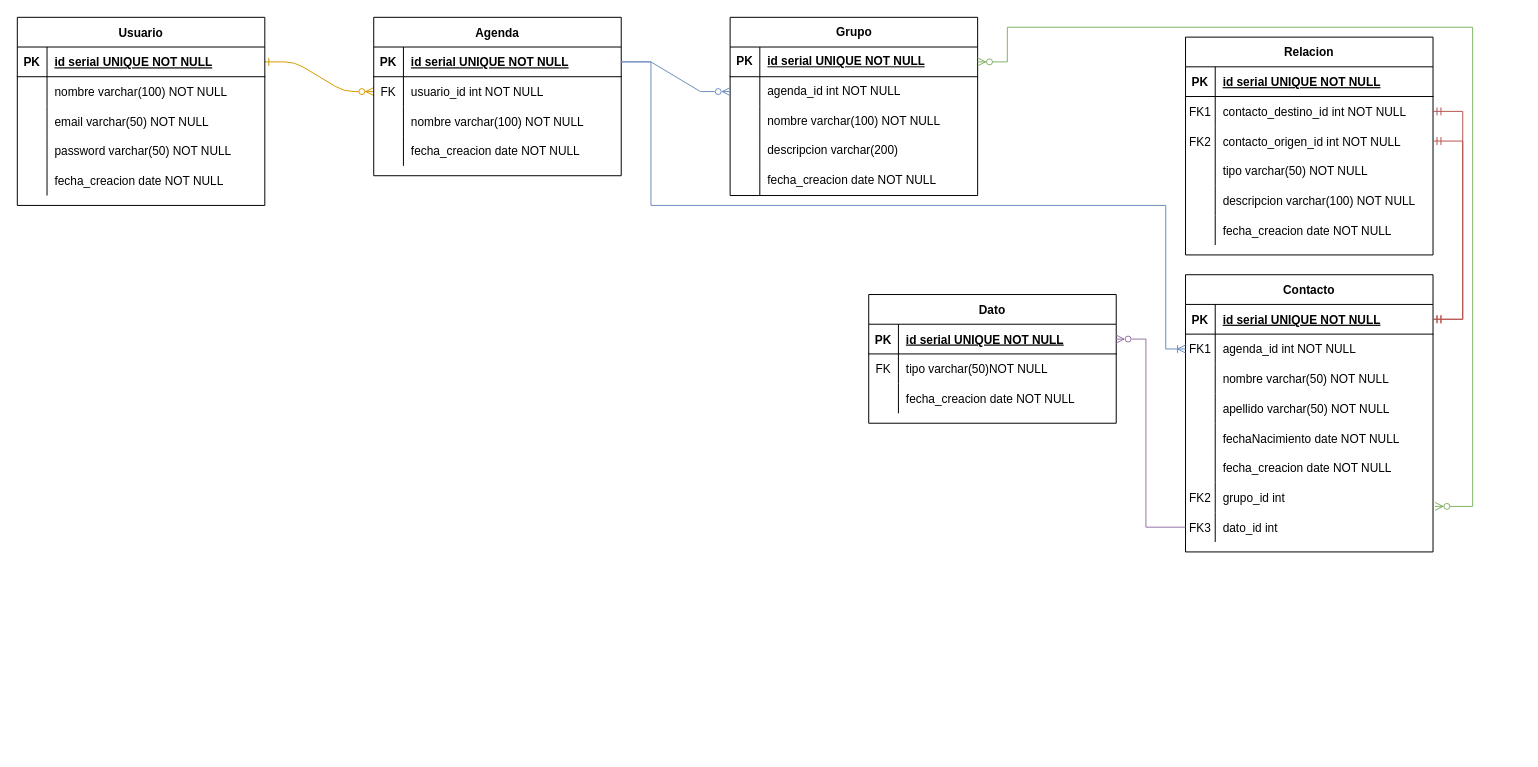
The draw.io diagram FormaNormal.drawio in clara-s-n/ejercicio_sobre_repositorios, before the edit. Source tidied: cells renumbered, new cells numbered last; positions are measured from the earlier drawing's top-left corner, leaving out a move shared by most shapes. Both pictures are drawn from the tidied source at 99%, with x=0, y=0 at pixel (17, 17).
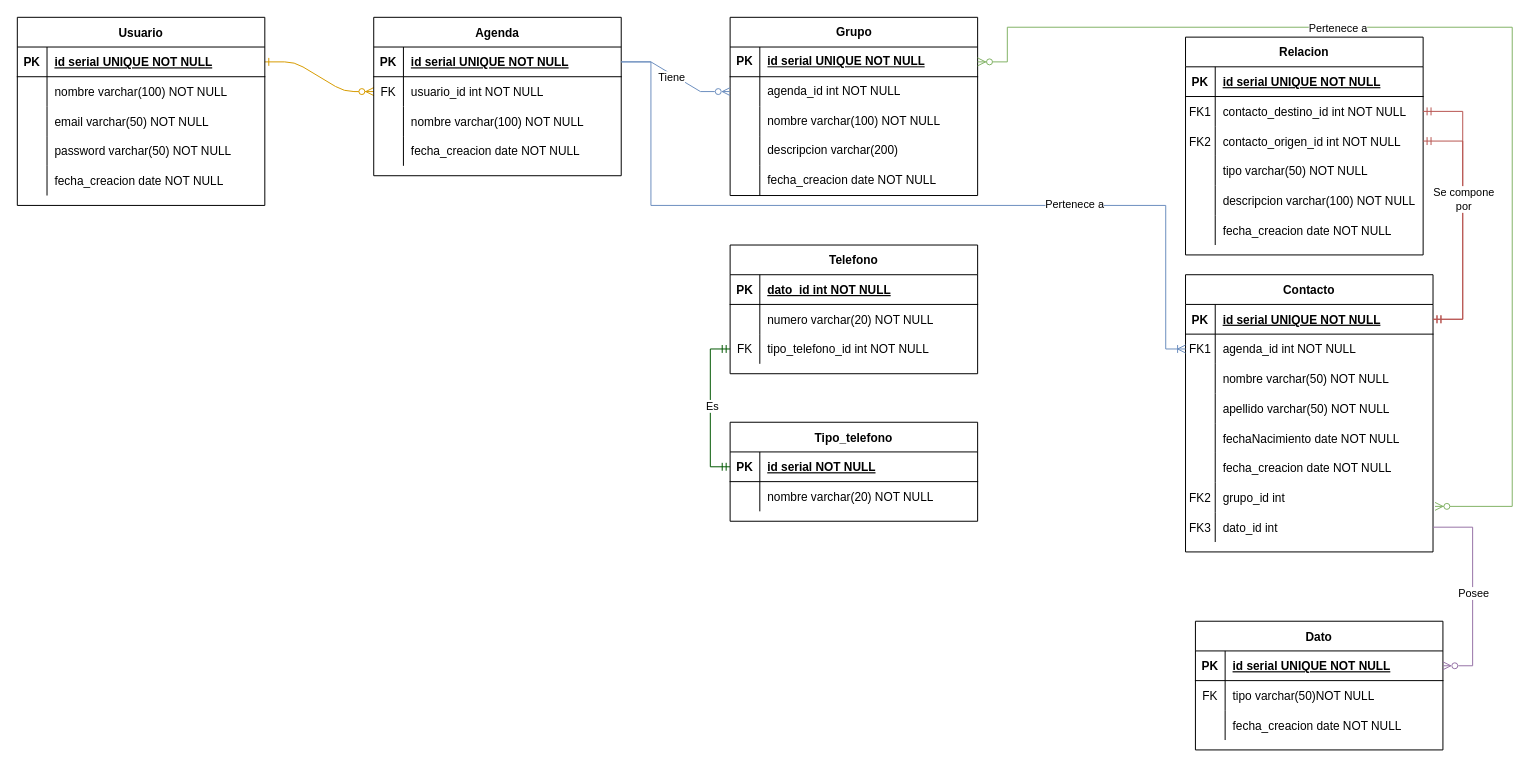
After the change.

The change refers to these unchanged cells:
```xml
<mxCell id="17" style="shape=partialRectangle;fillColor=none;points=[[0,0.5],[1,0.5]];portConstraint=eastwest;top=0;left=0;right=0;bottom=1;" parent="16" vertex="1">
  <mxGeometry y="30" width="250" height="30" as="geometry" />
</mxCell>
<mxCell id="35" style="shape=partialRectangle;fillColor=none;points=[[0,0.5],[1,0.5]];portConstraint=eastwest;top=0;left=0;right=0;bottom=0;" parent="16" vertex="1">
  <mxGeometry y="210" width="250" height="30" as="geometry" />
</mxCell>
<mxCell id="38" style="shape=partialRectangle;fillColor=none;points=[[0,0.5],[1,0.5]];portConstraint=eastwest;top=0;left=0;right=0;bottom=0;" parent="16" vertex="1">
  <mxGeometry y="240" width="250" height="30" as="geometry" />
</mxCell>
<mxCell id="58" style="shape=tableRow;horizontal=0;startSize=0;swimlaneHead=0;swimlaneBody=0;fillColor=none;points=[[0,0.5],[1,0.5]];portConstraint=eastwest;top=0;left=0;right=0;bottom=1;" parent="57" vertex="1">
  <mxGeometry y="30" width="250" height="30" as="geometry" />
</mxCell>
<mxCell id="74" style="edgeStyle=entityRelationEdgeStyle;fontSize=12;html=1;endArrow=ERzeroToMany;rounded=0;exitX=1;exitY=0.5;exitDx=0;exitDy=0;entryX=0;entryY=0.5;entryDx=0;entryDy=0;fillColor=#dae8fc;strokeColor=#6c8ebf;endFill=0;" parent="1" edge="1" source="4" target="61">
  <mxGeometry relative="1" as="geometry" />
</mxCell>
<mxCell id="75" style="edgeStyle=orthogonalEdgeStyle;fontSize=12;html=1;endArrow=ERoneToMany;rounded=0;exitX=1;exitY=0.5;exitDx=0;exitDy=0;fillColor=#dae8fc;strokeColor=#6c8ebf;entryX=0;entryY=0.5;entryDx=0;entryDy=0;" parent="1" edge="1" source="4" target="20">
  <mxGeometry relative="1" as="geometry">
    <Array as="points">
      <mxPoint x="640" y="45" />
      <mxPoint x="640" y="190" />
      <mxPoint x="1160" y="190" />
      <mxPoint x="1160" y="335" />
    </Array>
  </mxGeometry>
</mxCell>
<mxCell id="98" style="shape=partialRectangle;fillColor=none;points=[[0,0.5],[1,0.5]];portConstraint=eastwest;top=0;left=0;right=0;bottom=1;" parent="97" vertex="1">
  <mxGeometry y="30" width="250" height="30" as="geometry" />
</mxCell>
```

Diff of the diagram source:
```diff
@@
     <mxCell id="73" style="edgeStyle=orthogonalEdgeStyle;fontSize=12;html=1;endArrow=ERzeroToMany;endFill=1;startArrow=ERzeroToMany;rounded=0;fillColor=#d5e8d4;strokeColor=#82b366;exitX=1;exitY=0.5;exitDx=0;exitDy=0;entryX=1.008;entryY=0.8;entryDx=0;entryDy=0;entryPerimeter=0;" parent="1" edge="1" source="58" target="35">
       <mxGeometry relative="1" as="geometry">
         <Array as="points">
           <mxPoint x="1000" y="45" />
           <mxPoint x="1000" y="10" />
-          <mxPoint x="1470" y="10" />
-          <mxPoint x="1470" y="494" />
+          <mxPoint x="1510" y="10" />
+          <mxPoint x="1510" y="494" />
         </Array>
       </mxGeometry>
     </mxCell>
+    <mxCell id="108" value="Pertenece a" style="edgeLabel;html=1;align=center;verticalAlign=middle;" parent="73" vertex="1">
+      <mxGeometry x="-0.3" relative="1" as="geometry" />
+    </mxCell>
@@
+    <mxCell id="109" value="Tiene" style="edgeLabel;html=1;align=center;verticalAlign=middle;" parent="74" vertex="1">
+      <mxGeometry x="-0.23" y="1" relative="1" as="geometry">
+        <mxPoint x="6" y="8" as="offset" />
+      </mxGeometry>
+    </mxCell>
@@
+    <mxCell id="110" value="Pertenece a" style="edgeLabel;html=1;align=center;verticalAlign=middle;" parent="75" vertex="1">
+      <mxGeometry x="0.4" y="2" relative="1" as="geometry" />
+    </mxCell>
     <mxCell id="76" value="Relacion" style="shape=table;startSize=30;childLayout=tableLayout;rowLines=0;fontStyle=1;align=center;" parent="1" vertex="1">
-      <mxGeometry x="1180" y="20" width="250" height="220" as="geometry" />
+      <mxGeometry x="1180" y="20" width="240" height="220" as="geometry" />
     </mxCell>
     <mxCell id="77" style="shape=partialRectangle;fillColor=none;top=0;left=0;right=0;bottom=1;" parent="76" vertex="1">
-      <mxGeometry y="30" width="250" height="30" as="geometry" />
+      <mxGeometry y="30" width="240" height="30" as="geometry" />
     </mxCell>
@@
     <mxCell id="79" value="id serial UNIQUE NOT NULL " style="shape=partialRectangle;overflow=hidden;fillColor=none;top=0;left=0;bottom=0;right=0;align=left;spacingLeft=6;fontStyle=5;" parent="77" vertex="1">
-      <mxGeometry x="30" width="220" height="30" as="geometry" />
+      <mxGeometry x="30" width="210" height="30" as="geometry" />
     </mxCell>
     <mxCell id="80" style="shape=partialRectangle;fillColor=none;points=[[0,0.5],[1,0.5]];portConstraint=eastwest;top=0;left=0;right=0;bottom=0;" parent="76" vertex="1">
-      <mxGeometry y="60" width="250" height="30" as="geometry" />
+      <mxGeometry y="60" width="240" height="30" as="geometry" />
     </mxCell>
@@
     <mxCell id="82" value="contacto_destino_id int NOT NULL" style="shape=partialRectangle;overflow=hidden;fillColor=none;top=0;left=0;bottom=0;right=0;align=left;spacingLeft=6;" parent="80" vertex="1">
-      <mxGeometry x="30" width="220" height="30" as="geometry" />
+      <mxGeometry x="30" width="210" height="30" as="geometry" />
     </mxCell>
     <mxCell id="83" style="shape=partialRectangle;fillColor=none;points=[[0,0.5],[1,0.5]];portConstraint=eastwest;top=0;left=0;right=0;bottom=0;" parent="76" vertex="1">
-      <mxGeometry y="90" width="250" height="30" as="geometry" />
+      <mxGeometry y="90" width="240" height="30" as="geometry" />
     </mxCell>
@@
     <mxCell id="85" value="contacto_origen_id int NOT NULL" style="shape=partialRectangle;overflow=hidden;fillColor=none;top=0;left=0;bottom=0;right=0;align=left;spacingLeft=6;" parent="83" vertex="1">
-      <mxGeometry x="30" width="220" height="30" as="geometry" />
+      <mxGeometry x="30" width="210" height="30" as="geometry" />
     </mxCell>
     <mxCell id="86" style="shape=partialRectangle;fillColor=none;top=0;left=0;right=0;bottom=0;" parent="76" vertex="1">
-      <mxGeometry y="120" width="250" height="30" as="geometry" />
+      <mxGeometry y="120" width="240" height="30" as="geometry" />
     </mxCell>
@@
     <mxCell id="88" value="tipo varchar(50) NOT NULL" style="shape=partialRectangle;overflow=hidden;fillColor=none;top=0;left=0;bottom=0;right=0;align=left;spacingLeft=6;" parent="86" vertex="1">
-      <mxGeometry x="30" width="220" height="30" as="geometry" />
+      <mxGeometry x="30" width="210" height="30" as="geometry" />
     </mxCell>
     <mxCell id="89" style="shape=partialRectangle;fillColor=none;top=0;left=0;right=0;bottom=0;" parent="76" vertex="1">
-      <mxGeometry y="150" width="250" height="30" as="geometry" />
+      <mxGeometry y="150" width="240" height="30" as="geometry" />
     </mxCell>
@@
     <mxCell id="91" value="descripcion varchar(100) NOT NULL" style="shape=partialRectangle;overflow=hidden;fillColor=none;top=0;left=0;bottom=0;right=0;align=left;spacingLeft=6;" parent="89" vertex="1">
-      <mxGeometry x="30" width="220" height="30" as="geometry" />
+      <mxGeometry x="30" width="210" height="30" as="geometry" />
     </mxCell>
     <mxCell id="92" style="shape=partialRectangle;fillColor=none;top=0;left=0;right=0;bottom=0;" parent="76" vertex="1">
-      <mxGeometry y="180" width="250" height="30" as="geometry" />
+      <mxGeometry y="180" width="240" height="30" as="geometry" />
     </mxCell>
@@
     <mxCell id="94" value="fecha_creacion date NOT NULL" style="shape=partialRectangle;overflow=hidden;fillColor=none;top=0;left=0;bottom=0;right=0;align=left;spacingLeft=6;" parent="92" vertex="1">
-      <mxGeometry x="30" width="220" height="30" as="geometry" />
+      <mxGeometry x="30" width="210" height="30" as="geometry" />
     </mxCell>
-    <mxCell id="95" style="edgeStyle=entityRelationEdgeStyle;fontSize=12;html=1;endArrow=ERmandOne;startArrow=ERmandOne;rounded=0;exitX=1;exitY=0.5;exitDx=0;exitDy=0;entryX=1;entryY=0.5;entryDx=0;entryDy=0;fillColor=#f8cecc;strokeColor=#b85450;" parent="1" edge="1" source="17" target="80">
-      <mxGeometry relative="1" as="geometry" />
+    <mxCell id="95" style="fontSize=12;html=1;endArrow=ERmandOne;startArrow=ERmandOne;rounded=0;entryX=1;entryY=0.5;entryDx=0;entryDy=0;fillColor=#f8cecc;strokeColor=#b85450;" parent="1" edge="1" source="17" target="80">
+      <mxGeometry relative="1" as="geometry">
+        <Array as="points">
+          <mxPoint x="1460" y="305" />
+          <mxPoint x="1460" y="95" />
+        </Array>
+      </mxGeometry>
     </mxCell>
-    <mxCell id="96" style="edgeStyle=entityRelationEdgeStyle;fontSize=12;html=1;endArrow=ERmandOne;startArrow=ERmandOne;rounded=0;exitX=1;exitY=0.5;exitDx=0;exitDy=0;entryX=1;entryY=0.5;entryDx=0;entryDy=0;fillColor=#f8cecc;strokeColor=#b85450;" parent="1" edge="1" source="17" target="83">
-      <mxGeometry relative="1" as="geometry" />
+    <mxCell id="96" style="edgeStyle=orthogonalEdgeStyle;fontSize=12;html=1;endArrow=ERmandOne;startArrow=ERmandOne;rounded=0;fillColor=#f8cecc;strokeColor=#b85450;exitX=1;exitY=0.5;exitDx=0;exitDy=0;" parent="1" edge="1" source="17" target="83">
+      <mxGeometry relative="1" as="geometry">
+        <Array as="points">
+          <mxPoint x="1460" y="305" />
+          <mxPoint x="1460" y="125" />
+        </Array>
+      </mxGeometry>
     </mxCell>
+    <mxCell id="111" value="Se compone&lt;div&gt;por&lt;/div&gt;" style="edgeLabel;html=1;align=center;verticalAlign=middle;" parent="96" vertex="1">
+      <mxGeometry x="0.26" y="-1" relative="1" as="geometry">
+        <mxPoint x="-1" y="6" as="offset" />
+      </mxGeometry>
+    </mxCell>
     <mxCell id="97" value="Dato" style="shape=table;startSize=30;childLayout=tableLayout;rowLines=0;fontStyle=1;align=center;" parent="1" vertex="1">
-      <mxGeometry x="860" y="280" width="250" height="130" as="geometry" />
+      <mxGeometry x="1190" y="610" width="250" height="130" as="geometry" />
     </mxCell>
@@
-    <mxCell id="107" style="edgeStyle=orthogonalEdgeStyle;rounded=0;jettySize=auto;html=1;entryX=1;entryY=0.5;entryDx=0;entryDy=0;fillColor=#e1d5e7;strokeColor=#9673a6;endArrow=ERzeroToMany;endFill=0;exitX=0;exitY=0.5;exitDx=0;exitDy=0;" parent="1" edge="1" source="38" target="98">
+    <mxCell id="107" style="edgeStyle=orthogonalEdgeStyle;rounded=0;jettySize=auto;html=1;entryX=1;entryY=0.5;entryDx=0;entryDy=0;fillColor=#e1d5e7;strokeColor=#9673a6;endArrow=ERzeroToMany;endFill=0;exitX=1;exitY=0.5;exitDx=0;exitDy=0;" parent="1" edge="1" source="38" target="98">
       <mxGeometry relative="1" as="geometry">
         <Array as="points">
-          <mxPoint x="1140" y="515" />
-          <mxPoint x="1140" y="325" />
+          <mxPoint x="1470" y="515" />
+          <mxPoint x="1470" y="655" />
         </Array>
       </mxGeometry>
     </mxCell>
+    <mxCell id="112" value="Posee" style="edgeLabel;html=1;align=center;verticalAlign=middle;" parent="107" vertex="1">
+      <mxGeometry x="0.01" y="4" relative="1" as="geometry">
+        <mxPoint x="-4" as="offset" />
+      </mxGeometry>
+    </mxCell>
+    <mxCell id="113" value="Telefono" style="shape=table;startSize=30;childLayout=tableLayout;rowLines=0;fontStyle=1;align=center;" parent="1" vertex="1">
+      <mxGeometry x="720" y="230" width="250" height="130" as="geometry" />
+    </mxCell>
+    <mxCell id="114" style="shape=partialRectangle;fillColor=none;top=0;left=0;right=0;bottom=1;" parent="113" vertex="1">
+      <mxGeometry y="30" width="250" height="30" as="geometry" />
+    </mxCell>
+    <mxCell id="115" value="PK" style="shape=partialRectangle;overflow=hidden;fillColor=none;top=0;left=0;bottom=0;right=0;fontStyle=1;" parent="114" vertex="1">
+      <mxGeometry width="30" height="30" as="geometry" />
+    </mxCell>
+    <mxCell id="116" value="dato_id int NOT NULL" style="shape=partialRectangle;overflow=hidden;fillColor=none;top=0;left=0;bottom=0;right=0;align=left;spacingLeft=6;fontStyle=5;" parent="114" vertex="1">
+      <mxGeometry x="30" width="220" height="30" as="geometry" />
+    </mxCell>
+    <mxCell id="117" style="shape=partialRectangle;fillColor=none;top=0;left=0;right=0;bottom=0;" parent="113" vertex="1">
+      <mxGeometry y="60" width="250" height="30" as="geometry" />
+    </mxCell>
+    <mxCell id="118" style="shape=partialRectangle;overflow=hidden;fillColor=none;top=0;left=0;bottom=0;right=0;" parent="117" vertex="1">
+      <mxGeometry width="30" height="30" as="geometry" />
+    </mxCell>
+    <mxCell id="119" value="numero varchar(20) NOT NULL" style="shape=partialRectangle;overflow=hidden;fillColor=none;top=0;left=0;bottom=0;right=0;align=left;spacingLeft=6;" parent="117" vertex="1">
+      <mxGeometry x="30" width="220" height="30" as="geometry" />
+    </mxCell>
+    <mxCell id="120" style="shape=partialRectangle;fillColor=none;points=[[0,0.5],[1,0.5]];portConstraint=eastwest;top=0;left=0;right=0;bottom=0;" parent="113" vertex="1">
+      <mxGeometry y="90" width="250" height="30" as="geometry" />
+    </mxCell>
+    <mxCell id="121" value="FK" style="shape=partialRectangle;overflow=hidden;fillColor=none;top=0;left=0;bottom=0;right=0;" parent="120" vertex="1">
+      <mxGeometry width="30" height="30" as="geometry" />
+    </mxCell>
+    <mxCell id="122" value="tipo_telefono_id int NOT NULL" style="shape=partialRectangle;overflow=hidden;fillColor=none;top=0;left=0;bottom=0;right=0;align=left;spacingLeft=6;" parent="120" vertex="1">
+      <mxGeometry x="30" width="220" height="30" as="geometry" />
+    </mxCell>
+    <mxCell id="123" value="Tipo_telefono" style="shape=table;startSize=30;childLayout=tableLayout;rowLines=0;fontStyle=1;align=center;" parent="1" vertex="1">
+      <mxGeometry x="720" y="409" width="250" height="100" as="geometry" />
+    </mxCell>
+    <mxCell id="124" style="shape=partialRectangle;fillColor=none;points=[[0,0.5],[1,0.5]];portConstraint=eastwest;top=0;left=0;right=0;bottom=1;" parent="123" vertex="1">
+      <mxGeometry y="30" width="250" height="30" as="geometry" />
+    </mxCell>
+    <mxCell id="125" value="PK" style="shape=partialRectangle;overflow=hidden;fillColor=none;top=0;left=0;bottom=0;right=0;fontStyle=1;" parent="124" vertex="1">
+      <mxGeometry width="30" height="30" as="geometry" />
+    </mxCell>
+    <mxCell id="126" value="id serial NOT NULL" style="shape=partialRectangle;overflow=hidden;fillColor=none;top=0;left=0;bottom=0;right=0;align=left;spacingLeft=6;fontStyle=5;" parent="124" vertex="1">
+      <mxGeometry x="30" width="220" height="30" as="geometry" />
+    </mxCell>
+    <mxCell id="127" style="shape=partialRectangle;fillColor=none;top=0;left=0;right=0;bottom=0;" parent="123" vertex="1">
+      <mxGeometry y="60" width="250" height="30" as="geometry" />
+    </mxCell>
+    <mxCell id="128" style="shape=partialRectangle;overflow=hidden;fillColor=none;top=0;left=0;bottom=0;right=0;" parent="127" vertex="1">
+      <mxGeometry width="30" height="30" as="geometry" />
+    </mxCell>
+    <mxCell id="129" value="nombre varchar(20) NOT NULL" style="shape=partialRectangle;overflow=hidden;fillColor=none;top=0;left=0;bottom=0;right=0;align=left;spacingLeft=6;" parent="127" vertex="1">
+      <mxGeometry x="30" width="220" height="30" as="geometry" />
+    </mxCell>
+    <mxCell id="130" style="edgeStyle=orthogonalEdgeStyle;rounded=0;jettySize=auto;html=1;exitX=0;exitY=0.5;exitDx=0;exitDy=0;entryX=0;entryY=0.5;entryDx=0;entryDy=0;endArrow=ERmandOne;endFill=0;startArrow=ERmandOne;startFill=0;fillColor=#008a00;strokeColor=#005700;" parent="1" edge="1" source="120" target="124">
+      <mxGeometry relative="1" as="geometry" />
+    </mxCell>
+    <mxCell id="131" value="Es" style="edgeLabel;html=1;align=center;verticalAlign=middle;" parent="130" vertex="1">
+      <mxGeometry x="-0.03" y="1" relative="1" as="geometry" />
+    </mxCell>
```
